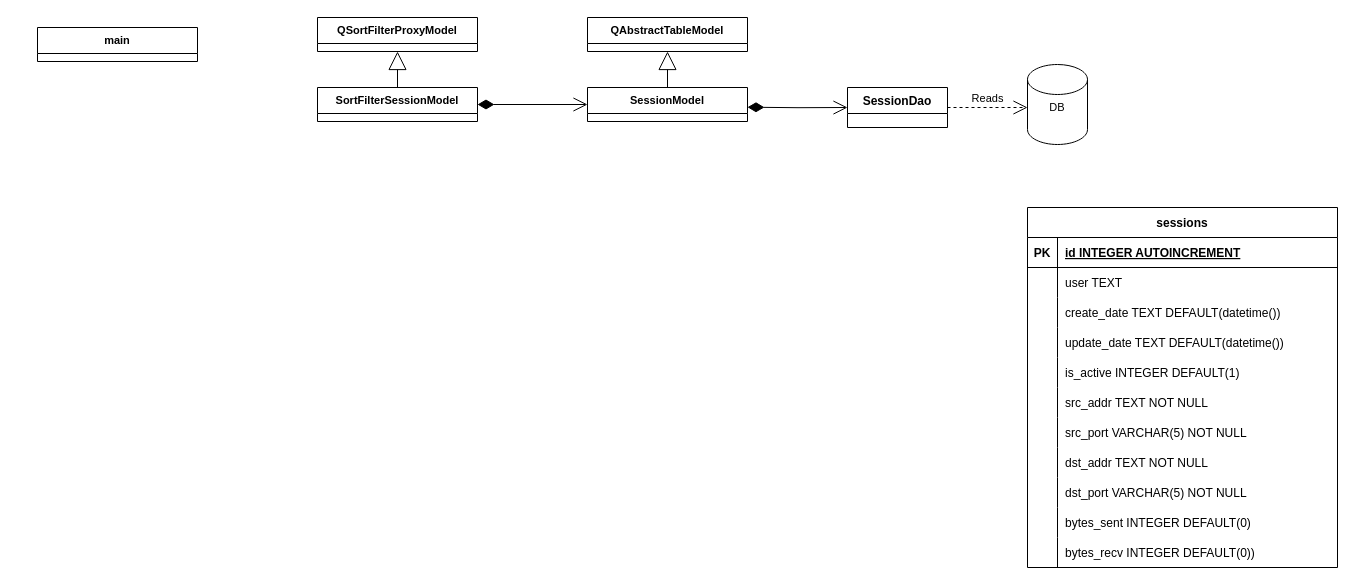
The draw.io diagram ui_uml.drawio in RektDerp/socks5-proxy-SUM-2022-copy, before the edit. Source tidied: cells renumbered, new cells numbered last; positions are measured from the earlier drawing's top-left corner, leaving out a move shared by most shapes. Both pictures are drawn from the tidied source at 100%, with x=0, y=0 at pixel (37, 17).
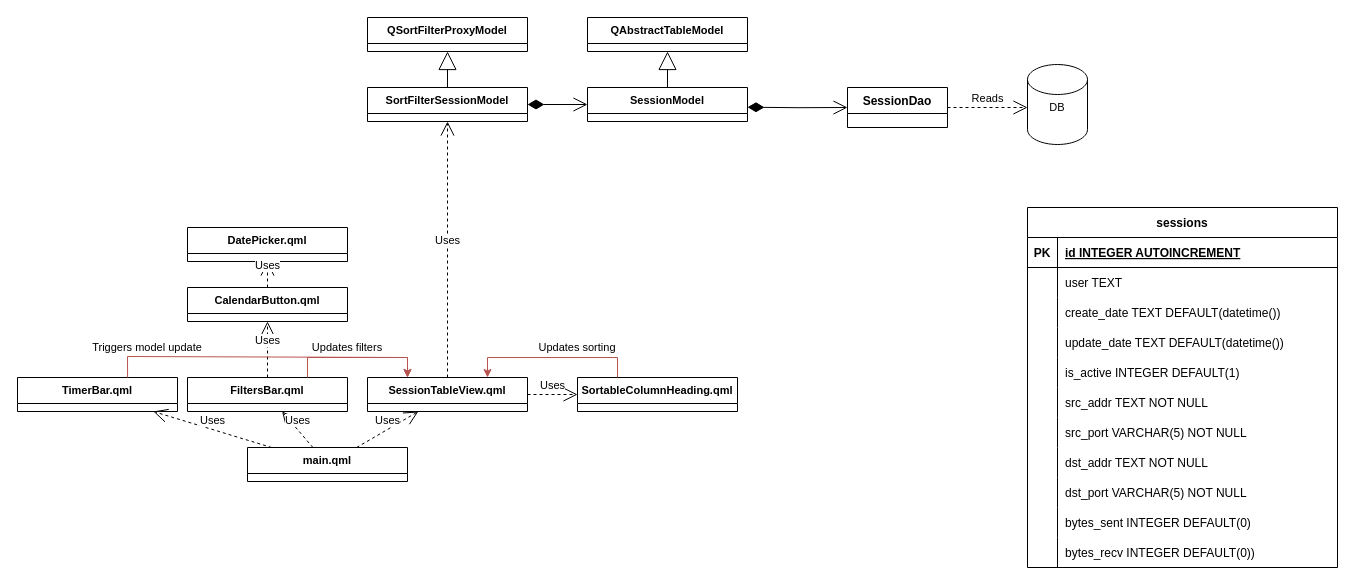
After the change.

Commit message (it also covers changes not shown here):
Rename CalendarSpoiler, added credits, updated uml

Change to the diagram source:
```diff
@@
     <mxCell id="44" value="SortFilterSessionModel" style="swimlane;fontStyle=1;align=center;verticalAlign=top;horizontal=1;startSize=26;fontSize=11;" parent="1" vertex="1">
-      <mxGeometry x="280" y="70" width="160" height="34" as="geometry" />
+      <mxGeometry x="330" y="70" width="160" height="34" as="geometry" />
     </mxCell>
     <mxCell id="45" value="QSortFilterProxyModel" style="swimlane;fontStyle=1;align=center;verticalAlign=top;horizontal=1;startSize=26;fontSize=11;" parent="1" vertex="1">
-      <mxGeometry x="280" width="160" height="34" as="geometry" />
+      <mxGeometry x="330" width="160" height="34" as="geometry" />
     </mxCell>
@@
-    <mxCell id="48" value="main" style="swimlane;fontStyle=1;align=center;verticalAlign=top;horizontal=1;startSize=26;fontSize=11;" parent="1" vertex="1">
-      <mxGeometry y="10" width="160" height="34" as="geometry" />
+    <mxCell id="48" value="main.qml&#10;" style="swimlane;fontStyle=1;align=center;verticalAlign=top;horizontal=1;startSize=26;fontSize=11;" parent="1" vertex="1">
+      <mxGeometry x="210" y="430" width="160" height="34" as="geometry" />
     </mxCell>
+    <mxCell id="49" value="SessionTableView.qml&#10;" style="swimlane;fontStyle=1;align=center;verticalAlign=top;horizontal=1;startSize=26;fontSize=11;" parent="1" vertex="1">
+      <mxGeometry x="330" y="360" width="160" height="34" as="geometry" />
+    </mxCell>
+    <mxCell id="50" value="Uses" style="endArrow=open;endSize=12;dashed=1;html=1;rounded=0;labelPosition=center;verticalLabelPosition=top;align=center;verticalAlign=bottom;fontSize=11;" parent="1" edge="1" source="49" target="44">
+      <mxGeometry relative="1" as="geometry" />
+    </mxCell>
+    <mxCell id="51" value="Uses" style="endArrow=open;endSize=12;dashed=1;html=1;rounded=0;labelPosition=center;verticalLabelPosition=top;align=center;verticalAlign=bottom;fontSize=11;" parent="1" edge="1" source="48" target="49">
+      <mxGeometry relative="1" as="geometry" />
+    </mxCell>
+    <mxCell id="52" value="CalendarButton.qml" style="swimlane;fontStyle=1;align=center;verticalAlign=top;horizontal=1;startSize=26;fontSize=11;" parent="1" vertex="1">
+      <mxGeometry x="150" y="270" width="160" height="34" as="geometry" />
+    </mxCell>
+    <mxCell id="53" value="Uses" style="endArrow=open;endSize=12;dashed=1;html=1;rounded=0;labelPosition=center;verticalLabelPosition=top;align=center;verticalAlign=bottom;fontSize=11;" parent="1" edge="1" source="60" target="52">
+      <mxGeometry relative="1" as="geometry" />
+    </mxCell>
+    <mxCell id="54" value="DatePicker.qml" style="swimlane;fontStyle=1;align=center;verticalAlign=top;horizontal=1;startSize=26;fontSize=11;" parent="1" vertex="1">
+      <mxGeometry x="150" y="210" width="160" height="34" as="geometry" />
+    </mxCell>
+    <mxCell id="55" value="Uses" style="endArrow=open;endSize=12;dashed=1;html=1;rounded=0;labelPosition=center;verticalLabelPosition=top;align=center;verticalAlign=bottom;fontSize=11;" parent="1" edge="1" source="52" target="54">
+      <mxGeometry relative="1" as="geometry" />
+    </mxCell>
+    <mxCell id="56" value="SortableColumnHeading.qml" style="swimlane;fontStyle=1;align=center;verticalAlign=top;horizontal=1;startSize=26;fontSize=11;" parent="1" vertex="1">
+      <mxGeometry x="540" y="360" width="160" height="34" as="geometry" />
+    </mxCell>
+    <mxCell id="57" value="Uses" style="endArrow=open;endSize=12;dashed=1;html=1;rounded=0;labelPosition=center;verticalLabelPosition=top;align=center;verticalAlign=bottom;fontSize=11;" parent="1" edge="1" source="49" target="56">
+      <mxGeometry relative="1" as="geometry" />
+    </mxCell>
+    <mxCell id="58" value="TimerBar.qml" style="swimlane;fontStyle=1;align=center;verticalAlign=top;horizontal=1;startSize=26;fontSize=11;" parent="1" vertex="1">
+      <mxGeometry x="-20" y="360" width="160" height="34" as="geometry" />
+    </mxCell>
+    <mxCell id="59" value="Uses" style="endArrow=open;endSize=12;dashed=1;html=1;rounded=0;labelPosition=center;verticalLabelPosition=top;align=center;verticalAlign=bottom;fontSize=11;" parent="1" edge="1" source="48" target="58">
+      <mxGeometry relative="1" as="geometry" />
+    </mxCell>
+    <mxCell id="60" value="FiltersBar.qml" style="swimlane;fontStyle=1;align=center;verticalAlign=top;horizontal=1;startSize=26;fontSize=11;" parent="1" vertex="1">
+      <mxGeometry x="150" y="360" width="160" height="34" as="geometry" />
+    </mxCell>
+    <mxCell id="61" value="Uses" style="endArrow=open;endSize=12;dashed=1;html=1;rounded=0;labelPosition=center;verticalLabelPosition=top;align=center;verticalAlign=bottom;fontSize=11;" parent="1" edge="1" source="48" target="60">
+      <mxGeometry relative="1" as="geometry" />
+    </mxCell>
+    <mxCell id="62" style="endArrow=classic;html=1;rounded=0;fontSize=11;fillColor=#f8cecc;strokeColor=#b85450;entryX=0.25;entryY=0;entryDx=0;entryDy=0;exitX=0.75;exitY=0;exitDx=0;exitDy=0;" parent="1" edge="1" source="60" target="49">
+      <mxGeometry relative="1" as="geometry">
+        <Array as="points">
+          <mxPoint x="270" y="340" />
+          <mxPoint x="370" y="340" />
+        </Array>
+      </mxGeometry>
+    </mxCell>
+    <mxCell id="63" value="Updates filters" style="text;html=1;strokeColor=none;fillColor=none;align=center;verticalAlign=middle;whiteSpace=wrap;rounded=0;fontSize=11;" parent="1" vertex="1">
+      <mxGeometry x="270" y="320" width="80" height="20" as="geometry" />
+    </mxCell>
+    <mxCell id="64" style="endArrow=classic;html=1;rounded=0;fontSize=11;fillColor=#f8cecc;strokeColor=#b85450;entryX=0.25;entryY=0;entryDx=0;entryDy=0;exitX=0.688;exitY=0;exitDx=0;exitDy=0;exitPerimeter=0;" parent="1" edge="1" source="58" target="49">
+      <mxGeometry relative="1" as="geometry">
+        <Array as="points">
+          <mxPoint x="90" y="339" />
+          <mxPoint x="370" y="340" />
+        </Array>
+      </mxGeometry>
+    </mxCell>
+    <mxCell id="65" value="Triggers model update" style="text;html=1;strokeColor=none;fillColor=none;align=center;verticalAlign=middle;whiteSpace=wrap;rounded=0;fontSize=11;" parent="1" vertex="1">
+      <mxGeometry x="50" y="320" width="120" height="20" as="geometry" />
+    </mxCell>
+    <mxCell id="66" style="endArrow=classic;html=1;rounded=0;fontSize=11;fillColor=#f8cecc;strokeColor=#b85450;entryX=0.75;entryY=0;entryDx=0;entryDy=0;exitX=0.25;exitY=0;exitDx=0;exitDy=0;" parent="1" edge="1" source="56" target="49">
+      <mxGeometry relative="1" as="geometry">
+        <Array as="points">
+          <mxPoint x="580" y="340" />
+          <mxPoint x="450" y="340" />
+        </Array>
+      </mxGeometry>
+    </mxCell>
+    <mxCell id="67" value="Updates sorting" style="text;html=1;strokeColor=none;fillColor=none;align=center;verticalAlign=middle;whiteSpace=wrap;rounded=0;fontSize=11;" parent="1" vertex="1">
+      <mxGeometry x="500" y="320" width="80" height="20" as="geometry" />
+    </mxCell>
```
